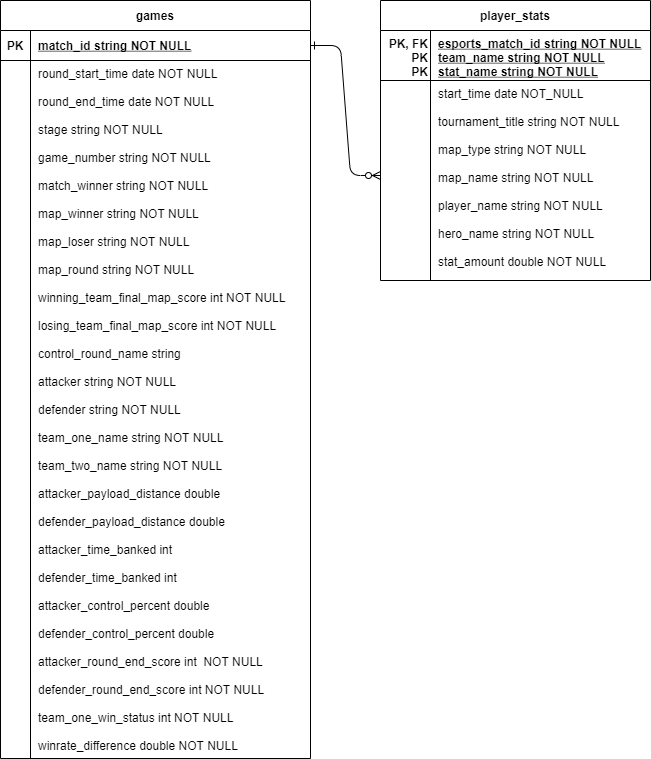
Earlier version of the draw.io export ER Diagram.png (JudeDillon/OWLPredict). Source tidied: cells renumbered, new cells last; positions are measured from the earlier drawing's top-left corner, leaving out a move shared by most shapes. The source it was exported from:
```xml
<mxGraphModel>
  <root>
    <mxCell id="0" />
    <mxCell id="1" parent="0" />
    <mxCell id="2" style="edgeStyle=entityRelationEdgeStyle;endArrow=ERzeroToMany;startArrow=ERone;endFill=1;startFill=0;" parent="1" edge="1" source="11" target="7">
      <mxGeometry relative="1" as="geometry" />
    </mxCell>
    <mxCell id="3" value="player_stats" style="shape=table;startSize=30;rowLines=0;fontStyle=1;align=center;" parent="1" vertex="1">
      <mxGeometry x="380" width="270" height="280" as="geometry" />
    </mxCell>
    <mxCell id="4" style="shape=partialRectangle;fillColor=none;top=0;left=0;right=0;bottom=1;" parent="3" vertex="1">
      <mxGeometry y="30" width="270" height="50" as="geometry" />
    </mxCell>
    <mxCell id="5" value="PK, FK&#10;PK&#10;PK" style="shape=partialRectangle;overflow=hidden;fillColor=none;top=0;left=0;bottom=0;right=0;fontStyle=1;verticalAlign=top;align=right;" parent="4" vertex="1">
      <mxGeometry width="50" height="50" as="geometry" />
    </mxCell>
    <mxCell id="6" value="esports_match_id string NOT NULL &#10;team_name string NOT NULL&#10;stat_name string NOT NULL" style="shape=partialRectangle;overflow=hidden;fillColor=none;top=0;left=0;bottom=0;right=0;align=left;spacingLeft=6;fontStyle=5;verticalAlign=top;" parent="4" vertex="1">
      <mxGeometry x="50" width="220" height="50" as="geometry" />
    </mxCell>
    <mxCell id="7" style="shape=partialRectangle;fillColor=none;points=[[0,0.5],[1,0.5]];portConstraint=eastwest;top=0;left=0;right=0;bottom=0;" parent="3" vertex="1">
      <mxGeometry y="80" width="270" height="190" as="geometry" />
    </mxCell>
    <mxCell id="8" style="shape=partialRectangle;overflow=hidden;fillColor=none;top=0;left=0;bottom=0;right=0;" parent="7" vertex="1">
      <mxGeometry width="50" height="190" as="geometry" />
    </mxCell>
    <mxCell id="9" value="start_time date NOT_NULL&#10;&#10;tournament_title string NOT NULL&#10;&#10;map_type string NOT NULL&#10;&#10;map_name string NOT NULL&#10;&#10;player_name string NOT NULL&#10;&#10;hero_name string NOT NULL&#10;&#10;stat_amount double NOT NULL" style="shape=partialRectangle;overflow=hidden;fillColor=none;top=0;left=0;bottom=0;right=0;align=left;spacingLeft=6;verticalAlign=top;" parent="7" vertex="1">
      <mxGeometry x="50" width="220" height="190" as="geometry" />
    </mxCell>
    <mxCell id="10" value="games" style="shape=table;startSize=30;rowLines=0;fontStyle=1;align=center;" parent="1" vertex="1">
      <mxGeometry width="310" height="758" as="geometry" />
    </mxCell>
    <mxCell id="11" style="shape=partialRectangle;fillColor=none;points=[[0,0.5],[1,0.5]];portConstraint=eastwest;top=0;left=0;right=0;bottom=1;" parent="10" vertex="1">
      <mxGeometry y="30" width="310" height="30" as="geometry" />
    </mxCell>
    <mxCell id="12" value="PK" style="shape=partialRectangle;overflow=hidden;fillColor=none;top=0;left=0;bottom=0;right=0;fontStyle=1;" parent="11" vertex="1">
      <mxGeometry width="30" height="30" as="geometry" />
    </mxCell>
    <mxCell id="13" value="match_id string NOT NULL " style="shape=partialRectangle;overflow=hidden;fillColor=none;top=0;left=0;bottom=0;right=0;align=left;spacingLeft=6;fontStyle=5;" parent="11" vertex="1">
      <mxGeometry x="30" width="280" height="30" as="geometry" />
    </mxCell>
    <mxCell id="14" style="shape=partialRectangle;fillColor=none;points=[[0,0.5],[1,0.5]];portConstraint=eastwest;top=0;left=0;right=0;bottom=0;" parent="10" vertex="1">
      <mxGeometry y="60" width="310" height="688" as="geometry" />
    </mxCell>
    <mxCell id="15" style="shape=partialRectangle;overflow=hidden;fillColor=none;top=0;left=0;bottom=0;right=0;" parent="14" vertex="1">
      <mxGeometry width="30" height="688" as="geometry" />
    </mxCell>
    <mxCell id="16" value="round_start_time date NOT NULL&#10;&#10;round_end_time date NOT NULL&#10;&#10;stage string NOT NULL&#10;&#10;game_number string NOT NULL&#10;&#10;match_winner string NOT NULL&#10;&#10;map_winner string NOT NULL&#10;&#10;map_loser string NOT NULL&#10;&#10;map_round string NOT NULL&#10;&#10;winning_team_final_map_score int NOT NULL&#10;&#10;losing_team_final_map_score int NOT NULL&#10;&#10;control_round_name string&#10;&#10;attacker string NOT NULL&#10;&#10;defender string NOT NULL&#10;&#10;team_one_name string NOT NULL&#10;&#10;team_two_name string NOT NULL&#10;&#10;attacker_payload_distance double&#10;&#10;defender_payload_distance double&#10;&#10;attacker_time_banked int&#10;&#10;defender_time_banked int&#10;&#10;attacker_control_percent double&#10;&#10;defender_control_percent double&#10;&#10;attacker_round_end_score int  NOT NULL&#10;&#10;defender_round_end_score int NOT NULL&#10;&#10;team_one_win_status int NOT NULL&#10;&#10;winrate_difference double NOT NULL" style="shape=partialRectangle;overflow=hidden;fillColor=none;top=0;left=0;bottom=0;right=0;align=left;spacingLeft=6;verticalAlign=top;spacing=2;spacingTop=0;" parent="14" vertex="1">
      <mxGeometry x="30" width="280" height="688" as="geometry" />
    </mxCell>
  </root>
</mxGraphModel>
```
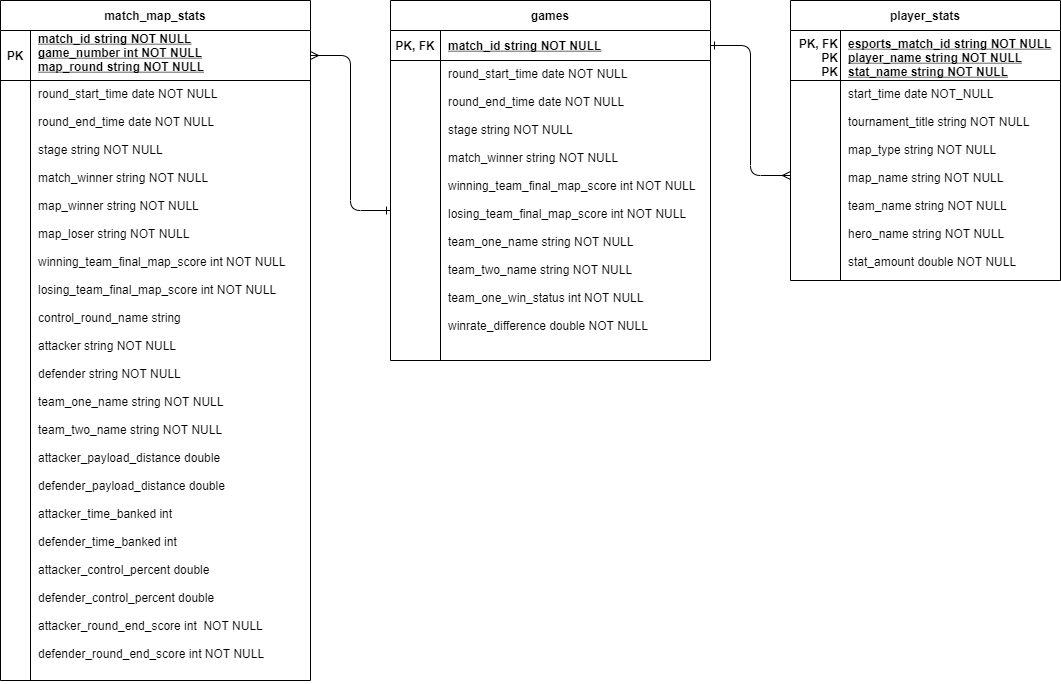
After the change.

Commit message:
wireframes and a bunch of stuff done

The edit, as a diff of the source:
```diff
@@ -2,11 +2,8 @@
   <root>
     <mxCell id="0" />
     <mxCell id="1" parent="0" />
-    <mxCell id="2" style="edgeStyle=entityRelationEdgeStyle;endArrow=ERzeroToMany;startArrow=ERone;endFill=1;startFill=0;" parent="1" edge="1" source="11" target="7">
-      <mxGeometry relative="1" as="geometry" />
-    </mxCell>
     <mxCell id="3" value="player_stats" style="shape=table;startSize=30;rowLines=0;fontStyle=1;align=center;" parent="1" vertex="1">
-      <mxGeometry x="380" width="270" height="280" as="geometry" />
+      <mxGeometry x="400" y="80" width="270" height="280" as="geometry" />
     </mxCell>
     <mxCell id="4" style="shape=partialRectangle;fillColor=none;top=0;left=0;right=0;bottom=1;" parent="3" vertex="1">
       <mxGeometry y="30" width="270" height="50" as="geometry" />
@@ -14,7 +11,7 @@
     <mxCell id="5" value="PK, FK&#10;PK&#10;PK" style="shape=partialRectangle;overflow=hidden;fillColor=none;top=0;left=0;bottom=0;right=0;fontStyle=1;verticalAlign=top;align=right;" parent="4" vertex="1">
       <mxGeometry width="50" height="50" as="geometry" />
     </mxCell>
-    <mxCell id="6" value="esports_match_id string NOT NULL &#10;team_name string NOT NULL&#10;stat_name string NOT NULL" style="shape=partialRectangle;overflow=hidden;fillColor=none;top=0;left=0;bottom=0;right=0;align=left;spacingLeft=6;fontStyle=5;verticalAlign=top;" parent="4" vertex="1">
+    <mxCell id="6" value="esports_match_id string NOT NULL &#10;player_name string NOT NULL&#10;stat_name string NOT NULL" style="shape=partialRectangle;overflow=hidden;fillColor=none;top=0;left=0;bottom=0;right=0;align=left;spacingLeft=6;fontStyle=5;verticalAlign=top;" parent="4" vertex="1">
       <mxGeometry x="50" width="220" height="50" as="geometry" />
     </mxCell>
     <mxCell id="7" style="shape=partialRectangle;fillColor=none;points=[[0,0.5],[1,0.5]];portConstraint=eastwest;top=0;left=0;right=0;bottom=0;" parent="3" vertex="1">
@@ -23,29 +20,56 @@
     <mxCell id="8" style="shape=partialRectangle;overflow=hidden;fillColor=none;top=0;left=0;bottom=0;right=0;" parent="7" vertex="1">
       <mxGeometry width="50" height="190" as="geometry" />
     </mxCell>
-    <mxCell id="9" value="start_time date NOT_NULL&#10;&#10;tournament_title string NOT NULL&#10;&#10;map_type string NOT NULL&#10;&#10;map_name string NOT NULL&#10;&#10;player_name string NOT NULL&#10;&#10;hero_name string NOT NULL&#10;&#10;stat_amount double NOT NULL" style="shape=partialRectangle;overflow=hidden;fillColor=none;top=0;left=0;bottom=0;right=0;align=left;spacingLeft=6;verticalAlign=top;" parent="7" vertex="1">
+    <mxCell id="9" value="start_time date NOT_NULL&#10;&#10;tournament_title string NOT NULL&#10;&#10;map_type string NOT NULL&#10;&#10;map_name string NOT NULL&#10;&#10;team_name string NOT NULL&#10;&#10;hero_name string NOT NULL&#10;&#10;stat_amount double NOT NULL" style="shape=partialRectangle;overflow=hidden;fillColor=none;top=0;left=0;bottom=0;right=0;align=left;spacingLeft=6;verticalAlign=top;" parent="7" vertex="1">
       <mxGeometry x="50" width="220" height="190" as="geometry" />
     </mxCell>
     <mxCell id="10" value="games" style="shape=table;startSize=30;rowLines=0;fontStyle=1;align=center;" parent="1" vertex="1">
-      <mxGeometry width="310" height="758" as="geometry" />
+      <mxGeometry y="80" width="320" height="360" as="geometry" />
     </mxCell>
     <mxCell id="11" style="shape=partialRectangle;fillColor=none;points=[[0,0.5],[1,0.5]];portConstraint=eastwest;top=0;left=0;right=0;bottom=1;" parent="10" vertex="1">
-      <mxGeometry y="30" width="310" height="30" as="geometry" />
+      <mxGeometry y="30" width="320" height="30" as="geometry" />
     </mxCell>
-    <mxCell id="12" value="PK" style="shape=partialRectangle;overflow=hidden;fillColor=none;top=0;left=0;bottom=0;right=0;fontStyle=1;" parent="11" vertex="1">
-      <mxGeometry width="30" height="30" as="geometry" />
+    <mxCell id="12" value="PK, FK" style="shape=partialRectangle;overflow=hidden;fillColor=none;top=0;left=0;bottom=0;right=0;fontStyle=1;" parent="11" vertex="1">
+      <mxGeometry width="50" height="30" as="geometry" />
     </mxCell>
     <mxCell id="13" value="match_id string NOT NULL " style="shape=partialRectangle;overflow=hidden;fillColor=none;top=0;left=0;bottom=0;right=0;align=left;spacingLeft=6;fontStyle=5;" parent="11" vertex="1">
-      <mxGeometry x="30" width="280" height="30" as="geometry" />
+      <mxGeometry x="50" width="270" height="30" as="geometry" />
     </mxCell>
     <mxCell id="14" style="shape=partialRectangle;fillColor=none;points=[[0,0.5],[1,0.5]];portConstraint=eastwest;top=0;left=0;right=0;bottom=0;" parent="10" vertex="1">
-      <mxGeometry y="60" width="310" height="688" as="geometry" />
+      <mxGeometry y="60" width="320" height="300" as="geometry" />
     </mxCell>
     <mxCell id="15" style="shape=partialRectangle;overflow=hidden;fillColor=none;top=0;left=0;bottom=0;right=0;" parent="14" vertex="1">
-      <mxGeometry width="30" height="688" as="geometry" />
+      <mxGeometry width="50" height="300" as="geometry" />
     </mxCell>
-    <mxCell id="16" value="round_start_time date NOT NULL&#10;&#10;round_end_time date NOT NULL&#10;&#10;stage string NOT NULL&#10;&#10;game_number string NOT NULL&#10;&#10;match_winner string NOT NULL&#10;&#10;map_winner string NOT NULL&#10;&#10;map_loser string NOT NULL&#10;&#10;map_round string NOT NULL&#10;&#10;winning_team_final_map_score int NOT NULL&#10;&#10;losing_team_final_map_score int NOT NULL&#10;&#10;control_round_name string&#10;&#10;attacker string NOT NULL&#10;&#10;defender string NOT NULL&#10;&#10;team_one_name string NOT NULL&#10;&#10;team_two_name string NOT NULL&#10;&#10;attacker_payload_distance double&#10;&#10;defender_payload_distance double&#10;&#10;attacker_time_banked int&#10;&#10;defender_time_banked int&#10;&#10;attacker_control_percent double&#10;&#10;defender_control_percent double&#10;&#10;attacker_round_end_score int  NOT NULL&#10;&#10;defender_round_end_score int NOT NULL&#10;&#10;team_one_win_status int NOT NULL&#10;&#10;winrate_difference double NOT NULL" style="shape=partialRectangle;overflow=hidden;fillColor=none;top=0;left=0;bottom=0;right=0;align=left;spacingLeft=6;verticalAlign=top;spacing=2;spacingTop=0;" parent="14" vertex="1">
-      <mxGeometry x="30" width="280" height="688" as="geometry" />
+    <mxCell id="16" value="round_start_time date NOT NULL&#10;&#10;round_end_time date NOT NULL&#10;&#10;stage string NOT NULL&#10;&#10;match_winner string NOT NULL&#10;&#10;winning_team_final_map_score int NOT NULL&#10;&#10;losing_team_final_map_score int NOT NULL&#10;&#10;team_one_name string NOT NULL&#10;&#10;team_two_name string NOT NULL&#10;&#10;team_one_win_status int NOT NULL&#10;&#10;winrate_difference double NOT NULL" style="shape=partialRectangle;overflow=hidden;fillColor=none;top=0;left=0;bottom=0;right=0;align=left;spacingLeft=6;verticalAlign=top;spacing=2;spacingTop=0;" parent="14" vertex="1">
+      <mxGeometry x="50" width="270" height="300" as="geometry" />
     </mxCell>
+    <mxCell id="17" value="match_map_stats" style="shape=table;startSize=30;rowLines=0;fontStyle=1;align=center;" parent="1" vertex="1">
+      <mxGeometry x="-390" y="80" width="310" height="680" as="geometry" />
+    </mxCell>
+    <mxCell id="18" style="shape=partialRectangle;fillColor=none;points=[[0,0.5],[1,0.5]];portConstraint=eastwest;top=0;left=0;right=0;bottom=1;" parent="17" vertex="1">
+      <mxGeometry y="30" width="310" height="50" as="geometry" />
+    </mxCell>
+    <mxCell id="19" value="PK" style="shape=partialRectangle;overflow=hidden;fillColor=none;top=0;left=0;bottom=0;right=0;fontStyle=1;" parent="18" vertex="1">
+      <mxGeometry width="30" height="50" as="geometry" />
+    </mxCell>
+    <mxCell id="20" value="match_id string NOT NULL &#10;game_number int NOT NULL&#10;map_round string NOT NULL&#10;" style="shape=partialRectangle;overflow=hidden;fillColor=none;top=0;left=0;bottom=0;right=0;align=left;spacingLeft=6;fontStyle=5;" parent="18" vertex="1">
+      <mxGeometry x="30" width="280" height="50" as="geometry" />
+    </mxCell>
+    <mxCell id="21" style="shape=partialRectangle;fillColor=none;top=0;left=0;right=0;bottom=0;" parent="17" vertex="1">
+      <mxGeometry y="80" width="310" height="600" as="geometry" />
+    </mxCell>
+    <mxCell id="22" style="shape=partialRectangle;overflow=hidden;fillColor=none;top=0;left=0;bottom=0;right=0;" parent="21" vertex="1">
+      <mxGeometry width="30" height="600" as="geometry" />
+    </mxCell>
+    <mxCell id="23" value="round_start_time date NOT NULL&#10;&#10;round_end_time date NOT NULL&#10;&#10;stage string NOT NULL&#10;&#10;match_winner string NOT NULL&#10;&#10;map_winner string NOT NULL&#10;&#10;map_loser string NOT NULL&#10;&#10;winning_team_final_map_score int NOT NULL&#10;&#10;losing_team_final_map_score int NOT NULL&#10;&#10;control_round_name string&#10;&#10;attacker string NOT NULL&#10;&#10;defender string NOT NULL&#10;&#10;team_one_name string NOT NULL&#10;&#10;team_two_name string NOT NULL&#10;&#10;attacker_payload_distance double&#10;&#10;defender_payload_distance double&#10;&#10;attacker_time_banked int&#10;&#10;defender_time_banked int&#10;&#10;attacker_control_percent double&#10;&#10;defender_control_percent double&#10;&#10;attacker_round_end_score int  NOT NULL&#10;&#10;defender_round_end_score int NOT NULL" style="shape=partialRectangle;overflow=hidden;fillColor=none;top=0;left=0;bottom=0;right=0;align=left;spacingLeft=6;verticalAlign=top;spacing=2;spacingTop=0;" parent="21" vertex="1">
+      <mxGeometry x="30" width="280" height="600" as="geometry" />
+    </mxCell>
+    <mxCell id="2" style="edgeStyle=orthogonalEdgeStyle;rounded=1;jettySize=auto;html=1;exitX=1;exitY=0.5;exitDx=0;exitDy=0;startArrow=ERone;startFill=0;endArrow=ERmany;endFill=0;" parent="1" edge="1" source="11" target="7">
+      <mxGeometry relative="1" as="geometry" />
+    </mxCell>
+    <mxCell id="24" style="edgeStyle=orthogonalEdgeStyle;rounded=1;jettySize=auto;html=1;startArrow=ERmany;startFill=0;endArrow=ERone;endFill=0;" parent="1" edge="1" source="18" target="14">
+      <mxGeometry relative="1" as="geometry" />
+    </mxCell>
   </root>
 </mxGraphModel>
```
